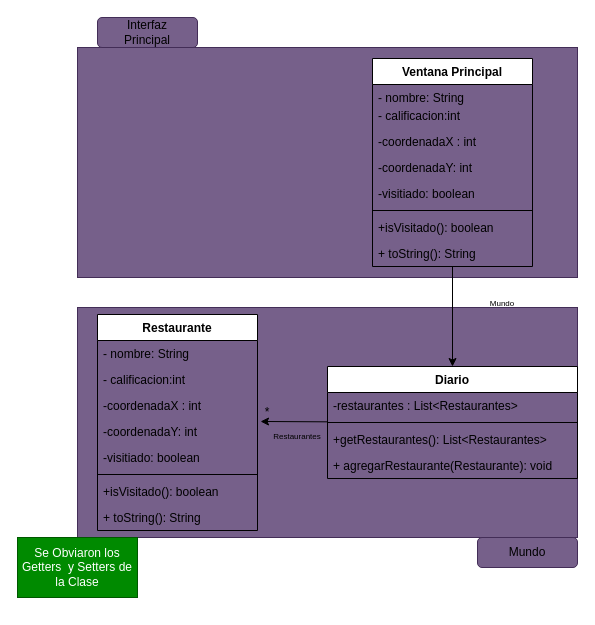
Above: Diagrama sin título.drawio in DPO-202610-SEC7-G01/Taller-6 (draw.io), before the change. Source tidied: cells renumbered, new cells numbered last; positions are measured from the earlier drawing's top-left corner, leaving out a move shared by most shapes. Both pictures are drawn from the tidied source at 100%, with x=0, y=0 at pixel (17, 17).
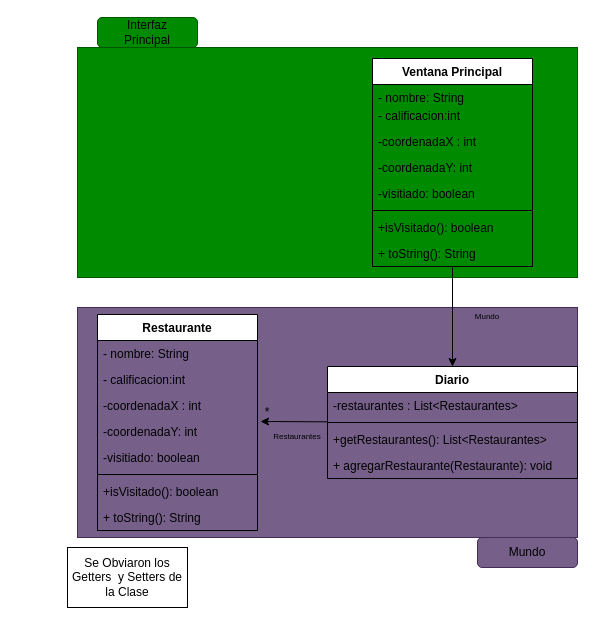
The same diagram, later.

Diff of the diagram source:
```diff
@@
-    <mxCell id="14" value="Se Obviaron los Getters&amp;nbsp; y Setters de la Clase" style="rounded=0;whiteSpace=wrap;html=1;fillColor=#008a00;fontColor=#ffffff;strokeColor=#005700;" parent="1" vertex="1">
-      <mxGeometry y="520" width="120" height="60" as="geometry" />
+    <mxCell id="14" value="Se Obviaron los Getters&amp;nbsp; y Setters de la Clase" style="rounded=0;whiteSpace=wrap;html=1;" parent="1" vertex="1">
+      <mxGeometry x="50" y="530" width="120" height="60" as="geometry" />
     </mxCell>
@@
-    <mxCell id="22" style="rounded=0;whiteSpace=wrap;html=1;fillColor=#76608a;fontColor=#ffffff;strokeColor=#432D57;gradientColor=none;" parent="1" vertex="1">
+    <mxCell id="22" style="rounded=0;whiteSpace=wrap;html=1;fillColor=#008a00;strokeColor=#005700;fontColor=#ffffff;" parent="1" vertex="1">
       <mxGeometry x="60" y="30" width="500" height="230" as="geometry" />
     </mxCell>
-    <mxCell id="23" style="rounded=1;whiteSpace=wrap;html=1;fillColor=#76608a;fontColor=#ffffff;strokeColor=#432D57;" parent="1" vertex="1">
+    <mxCell id="23" style="rounded=1;whiteSpace=wrap;html=1;fillColor=#008a00;fontColor=#ffffff;strokeColor=#005700;" parent="1" vertex="1">
       <mxGeometry x="80" width="100" height="30" as="geometry" />
     </mxCell>
@@
     <mxCell id="36" value="&lt;div style=&quot;line-height: 20%;&quot;&gt;&lt;font&gt;Mundo&lt;/font&gt;&lt;/div&gt;" style="text;html=1;whiteSpace=wrap;strokeColor=none;fillColor=none;align=center;verticalAlign=middle;rounded=0;fontSize=8;" parent="1" vertex="1">
-      <mxGeometry x="455" y="277" width="60" height="20" as="geometry" />
+      <mxGeometry x="440" y="290" width="60" height="20" as="geometry" />
     </mxCell>
```
